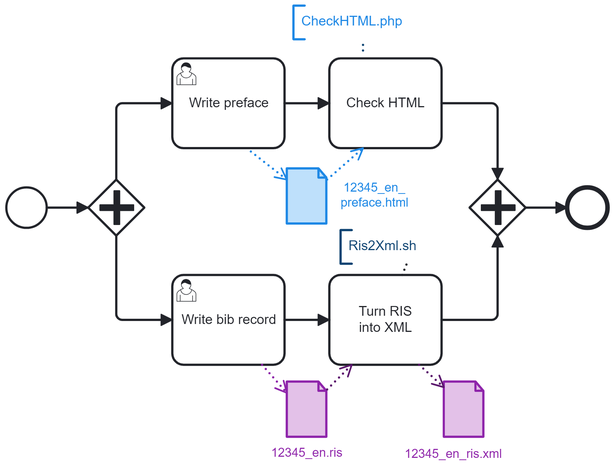
Above: 3-AddInfo.png in japotrad/blue-sora (BPMN), before the change. Its source is kept beside it as 3-AddInfo.bpmn. Ids are renumbered.
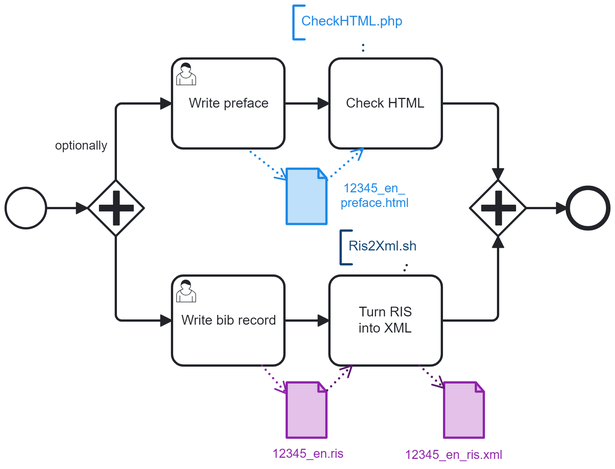
After the change.

Commit message:
In stage 4, add a task to segment the translation. Improve the main README and BPMN diagrams.

Diff of the diagram source:
```diff
@@ -1,4 +1,4 @@
-<bpmn:definitions xmlns:bpmn="http://www.omg.org/spec/BPMN/20100524/MODEL" xmlns:bpmndi="http://www.omg.org/spec/BPMN/20100524/DI" xmlns:dc="http://www.omg.org/spec/DD/20100524/DC" xmlns:bioc="http://bpmn.io/schema/bpmn/biocolor/1.0" xmlns:color="http://www.omg.org/spec/BPMN/non-normative/color/1.0" xmlns:di="http://www.omg.org/spec/DD/20100524/DI" xmlns:zeebe="http://camunda.org/schema/zeebe/1.0" xmlns:modeler="http://camunda.org/schema/modeler/1.0" id="Definitions_n1" targetNamespace="http://bpmn.io/schema/bpmn" exporter="Camunda Modeler" exporterVersion="5.33.1" modeler:executionPlatform="Camunda Cloud" modeler:executionPlatformVersion="8.2.0">
+<bpmn:definitions xmlns:bpmn="http://www.omg.org/spec/BPMN/20100524/MODEL" xmlns:bpmndi="http://www.omg.org/spec/BPMN/20100524/DI" xmlns:dc="http://www.omg.org/spec/DD/20100524/DC" xmlns:bioc="http://bpmn.io/schema/bpmn/biocolor/1.0" xmlns:color="http://www.omg.org/spec/BPMN/non-normative/color/1.0" xmlns:di="http://www.omg.org/spec/DD/20100524/DI" xmlns:zeebe="http://camunda.org/schema/zeebe/1.0" xmlns:modeler="http://camunda.org/schema/modeler/1.0" id="Definitions_n1" targetNamespace="http://bpmn.io/schema/bpmn" exporter="Camunda Modeler" exporterVersion="5.34.0" modeler:executionPlatform="Camunda Cloud" modeler:executionPlatformVersion="8.2.0">
   <bpmn:process id="buildDbk" name="buildDbk" isExecutable="true">
     <bpmn:dataObjectReference id="DataObjectReference_n2" name="12345_en_&#10;preface.html" dataObjectRef="DataObject_n3" />
     <bpmn:dataObjectReference id="DataObjectReference_n4" name="12345_en_ris.xml" dataObjectRef="DataObject_n5" />
@@ -26,7 +26,6 @@
     <bpmn:sequenceFlow id="Flow_n19" sourceRef="Activity_n20" targetRef="Gateway_n15" />
     <bpmn:sequenceFlow id="Flow_n21" sourceRef="Activity_n22" targetRef="Activity_n20" />
     <bpmn:sequenceFlow id="Flow_n23" sourceRef="Gateway_n18" targetRef="Activity_n22" />
-    <bpmn:sequenceFlow id="Flow_n24" sourceRef="Gateway_n18" targetRef="Activity_n16" />
     <bpmn:parallelGateway id="Gateway_n15">
       <bpmn:incoming>Flow_n10</bpmn:incoming>
       <bpmn:incoming>Flow_n19</bpmn:incoming>
@@ -37,6 +36,7 @@
       <bpmn:outgoing>Flow_n23</bpmn:outgoing>
       <bpmn:outgoing>Flow_n24</bpmn:outgoing>
     </bpmn:parallelGateway>
+    <bpmn:sequenceFlow id="Flow_n24" name="optionally" sourceRef="Gateway_n18" targetRef="Activity_n16" />
     <bpmn:startEvent id="StartEvent_1">
       <bpmn:outgoing>Flow_n17</bpmn:outgoing>
     </bpmn:startEvent>
@@ -83,6 +83,24 @@
   </bpmn:process>
   <bpmndi:BPMNDiagram id="BPMNDiagram_1">
     <bpmndi:BPMNPlane id="BPMNPlane_1" bpmnElement="buildDbk">
+      <bpmndi:BPMNShape id="DataObjectReference_n2_di" bpmnElement="DataObjectReference_n2" bioc:stroke="#1e88e5" bioc:fill="#bbdefb" color:background-color="#bbdefb" color:border-color="#1e88e5">
+        <dc:Bounds x="432" y="225" width="36" height="50" />
+        <bpmndi:BPMNLabel color:color="#1e88e5">
+          <dc:Bounds x="480" y="236" width="61" height="27" />
+        </bpmndi:BPMNLabel>
+      </bpmndi:BPMNShape>
+      <bpmndi:BPMNShape id="DataObjectReference_n4_di" bpmnElement="DataObjectReference_n4" bioc:stroke="#8e24aa" bioc:fill="#e1bee7" color:background-color="#e1bee7" color:border-color="#8e24aa">
+        <dc:Bounds x="572" y="415" width="36" height="50" />
+        <bpmndi:BPMNLabel color:color="#8e24aa">
+          <dc:Bounds x="537" y="473" width="87" height="14" />
+        </bpmndi:BPMNLabel>
+      </bpmndi:BPMNShape>
+      <bpmndi:BPMNShape id="DataObjectReference_n6_di" bpmnElement="DataObjectReference_n6" bioc:stroke="#8e24aa" bioc:fill="#e1bee7" color:background-color="#e1bee7" color:border-color="#8e24aa">
+        <dc:Bounds x="432" y="415" width="36" height="50" />
+        <bpmndi:BPMNLabel color:color="#8e24aa">
+          <dc:Bounds x="418" y="472" width="65" height="14" />
+        </bpmndi:BPMNLabel>
+      </bpmndi:BPMNShape>
       <bpmndi:BPMNShape id="Activity_n8_di" bpmnElement="Activity_n8">
         <dc:Bounds x="470" y="127" width="100" height="80" />
         <bpmndi:BPMNLabel />
@@ -99,42 +117,24 @@
       <bpmndi:BPMNShape id="_BPMNShape_StartEvent_2" bpmnElement="StartEvent_1">
         <dc:Bounds x="182" y="242" width="36" height="36" />
       </bpmndi:BPMNShape>
-      <bpmndi:BPMNShape id="Activity_n16_di" bpmnElement="Activity_n16">
-        <dc:Bounds x="330" y="127" width="100" height="80" />
+      <bpmndi:BPMNShape id="Activity_n20_di" bpmnElement="Activity_n20">
+        <dc:Bounds x="470" y="320" width="100" height="80" />
         <bpmndi:BPMNLabel />
       </bpmndi:BPMNShape>
       <bpmndi:BPMNShape id="Activity_n22_di" bpmnElement="Activity_n22">
         <dc:Bounds x="330" y="320" width="100" height="80" />
         <bpmndi:BPMNLabel />
       </bpmndi:BPMNShape>
-      <bpmndi:BPMNShape id="Activity_n20_di" bpmnElement="Activity_n20">
-        <dc:Bounds x="470" y="320" width="100" height="80" />
+      <bpmndi:BPMNShape id="Activity_n16_di" bpmnElement="Activity_n16">
+        <dc:Bounds x="330" y="127" width="100" height="80" />
         <bpmndi:BPMNLabel />
       </bpmndi:BPMNShape>
-      <bpmndi:BPMNShape id="DataObjectReference_n6_di" bpmnElement="DataObjectReference_n6" bioc:stroke="#8e24aa" bioc:fill="#e1bee7" color:background-color="#e1bee7" color:border-color="#8e24aa">
-        <dc:Bounds x="432" y="415" width="36" height="50" />
-        <bpmndi:BPMNLabel color:color="#8e24aa">
-          <dc:Bounds x="418" y="472" width="65" height="14" />
-        </bpmndi:BPMNLabel>
-      </bpmndi:BPMNShape>
-      <bpmndi:BPMNShape id="DataObjectReference_n2_di" bpmnElement="DataObjectReference_n2" bioc:stroke="#1e88e5" bioc:fill="#bbdefb" color:background-color="#bbdefb" color:border-color="#1e88e5">
-        <dc:Bounds x="432" y="225" width="36" height="50" />
-        <bpmndi:BPMNLabel color:color="#1e88e5">
-          <dc:Bounds x="480" y="236" width="61" height="27" />
-        </bpmndi:BPMNLabel>
-      </bpmndi:BPMNShape>
-      <bpmndi:BPMNShape id="DataObjectReference_n4_di" bpmnElement="DataObjectReference_n4" bioc:stroke="#8e24aa" bioc:fill="#e1bee7" color:background-color="#e1bee7" color:border-color="#8e24aa">
-        <dc:Bounds x="572" y="415" width="36" height="50" />
-        <bpmndi:BPMNLabel color:color="#8e24aa">
-          <dc:Bounds x="537" y="473" width="87" height="14" />
-        </bpmndi:BPMNLabel>
-      </bpmndi:BPMNShape>
-      <bpmndi:BPMNEdge id="Association_n33_di" bpmnElement="Association_n33">
-        <di:waypoint x="535" y="320" />
-        <di:waypoint x="539" y="310" />
-      </bpmndi:BPMNEdge>
       <bpmndi:BPMNShape id="TextAnnotation_n30_di" bpmnElement="TextAnnotation_n30" bioc:stroke="#1e88e5" bioc:fill="#bbdefb" color:background-color="#bbdefb" color:border-color="#1e88e5">
         <dc:Bounds x="438" y="80" width="123" height="30" />
+        <bpmndi:BPMNLabel />
+      </bpmndi:BPMNShape>
+      <bpmndi:BPMNShape id="TextAnnotation_n32_di" bpmnElement="TextAnnotation_n32" bioc:stroke="#0d4372" bioc:fill="#bbdefb" color:background-color="#bbdefb" color:border-color="#0d4372">
+        <dc:Bounds x="480" y="280" width="79" height="30" />
         <bpmndi:BPMNLabel />
       </bpmndi:BPMNShape>
       <bpmndi:BPMNEdge id="DataInputAssociation_n12_di" bpmnElement="DataInputAssociation_n12" bioc:stroke="#1e88e5" color:border-color="#1e88e5">
@@ -158,6 +158,11 @@
         <di:waypoint x="218" y="260" />
         <di:waypoint x="255" y="260" />
       </bpmndi:BPMNEdge>
+      <bpmndi:BPMNEdge id="Flow_n19_di" bpmnElement="Flow_n19">
+        <di:waypoint x="570" y="360" />
+        <di:waypoint x="620" y="360" />
+        <di:waypoint x="620" y="285" />
+      </bpmndi:BPMNEdge>
       <bpmndi:BPMNEdge id="Flow_n21_di" bpmnElement="Flow_n21">
         <di:waypoint x="430" y="360" />
         <di:waypoint x="470" y="360" />
@@ -171,6 +176,17 @@
         <di:waypoint x="280" y="235" />
         <di:waypoint x="280" y="167" />
         <di:waypoint x="330" y="167" />
+        <bpmndi:BPMNLabel>
+          <dc:Bounds x="226" y="198" width="47" height="14" />
+        </bpmndi:BPMNLabel>
+      </bpmndi:BPMNEdge>
+      <bpmndi:BPMNEdge id="DataInputAssociation_n26_di" bpmnElement="DataInputAssociation_n26" bioc:stroke="#5b176d" color:border-color="#5b176d">
+        <di:waypoint x="468" y="422" />
+        <di:waypoint x="490" y="400" />
+      </bpmndi:BPMNEdge>
+      <bpmndi:BPMNEdge id="DataOutputAssociation_n27_di" bpmnElement="DataOutputAssociation_n27" bioc:stroke="#5b176d" color:border-color="#5b176d">
+        <di:waypoint x="550" y="400" />
+        <di:waypoint x="572" y="420" />
       </bpmndi:BPMNEdge>
       <bpmndi:BPMNEdge id="DataOutputAssociation_n28_di" bpmnElement="DataOutputAssociation_n28" bioc:stroke="#8e24aa" color:border-color="#8e24aa">
         <di:waypoint x="410" y="400" />
@@ -184,22 +200,9 @@
         <di:waypoint x="500" y="120" />
         <di:waypoint x="500" y="110" />
       </bpmndi:BPMNEdge>
-      <bpmndi:BPMNEdge id="DataInputAssociation_n26_di" bpmnElement="DataInputAssociation_n26" bioc:stroke="#5b176d" color:border-color="#5b176d">
-        <di:waypoint x="468" y="422" />
-        <di:waypoint x="490" y="400" />
-      </bpmndi:BPMNEdge>
-      <bpmndi:BPMNEdge id="Flow_n19_di" bpmnElement="Flow_n19">
-        <di:waypoint x="570" y="360" />
-        <di:waypoint x="620" y="360" />
-        <di:waypoint x="620" y="285" />
-      </bpmndi:BPMNEdge>
-      <bpmndi:BPMNShape id="TextAnnotation_n32_di" bpmnElement="TextAnnotation_n32" bioc:stroke="#0d4372" bioc:fill="#bbdefb" color:background-color="#bbdefb" color:border-color="#0d4372">
-        <dc:Bounds x="480" y="280" width="79" height="30" />
-        <bpmndi:BPMNLabel />
-      </bpmndi:BPMNShape>
-      <bpmndi:BPMNEdge id="DataOutputAssociation_n27_di" bpmnElement="DataOutputAssociation_n27" bioc:stroke="#5b176d" color:border-color="#5b176d">
-        <di:waypoint x="550" y="400" />
-        <di:waypoint x="572" y="420" />
+      <bpmndi:BPMNEdge id="Association_n33_di" bpmnElement="Association_n33">
+        <di:waypoint x="535" y="320" />
+        <di:waypoint x="539" y="310" />
       </bpmndi:BPMNEdge>
     </bpmndi:BPMNPlane>
   </bpmndi:BPMNDiagram>
```
